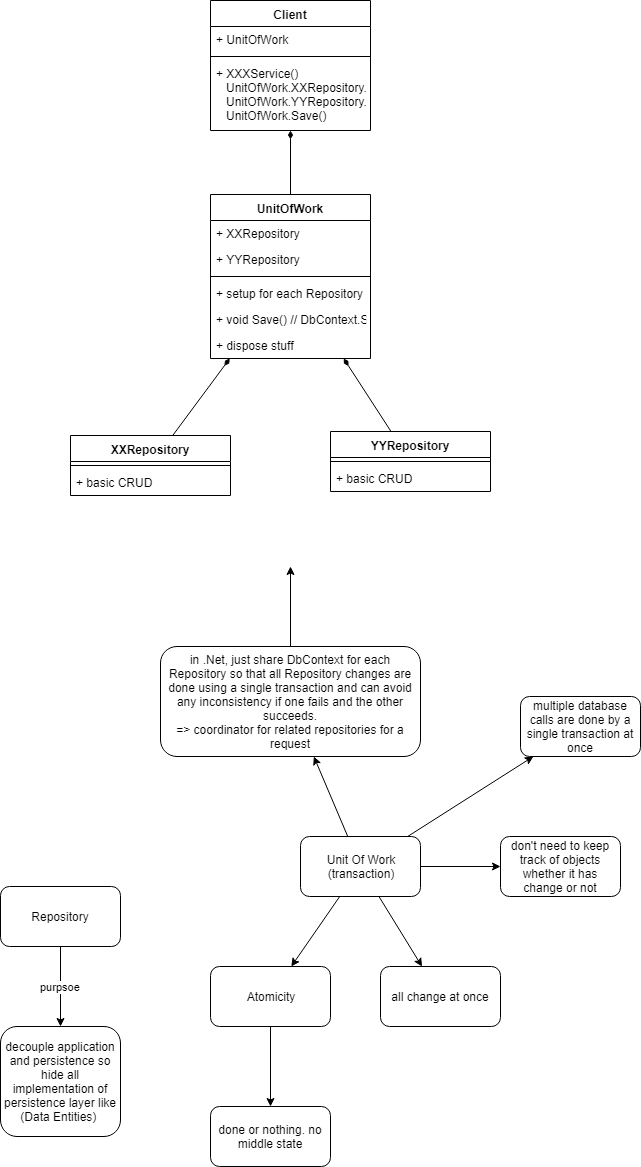
Earlier version of the draw.io export DDD_Repository_Overview.PNG (stsiwo/ddd_concept). Source tidied: cells renumbered, new cells last; positions are measured from the earlier drawing's top-left corner, leaving out a move shared by most shapes.
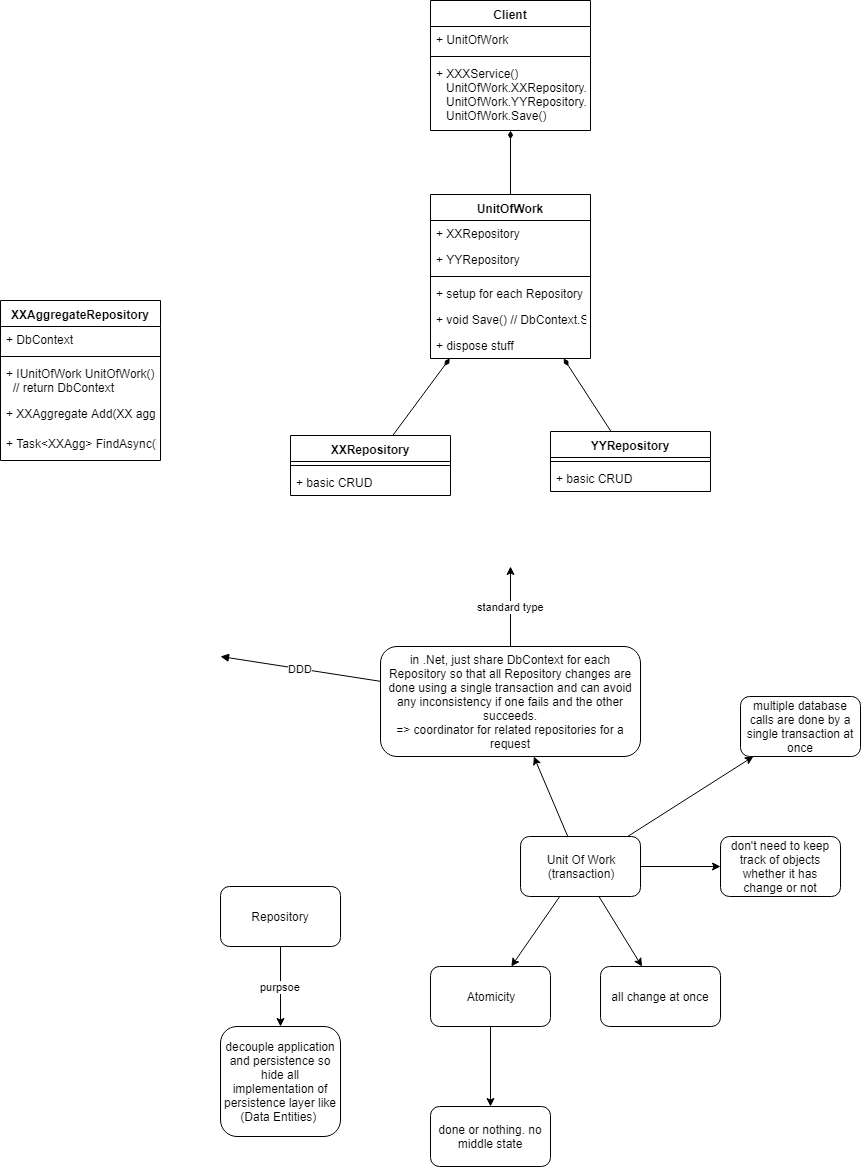
Above is the later version.

Change to the diagram source:
```diff
@@ -29,11 +29,16 @@
     <mxCell id="10" value="Unit Of Work&lt;br&gt;(transaction)" style="rounded=1;whiteSpace=wrap;html=1;" parent="1" vertex="1">
       <mxGeometry x="300" y="836" width="120" height="60" as="geometry" />
     </mxCell>
-    <mxCell id="11" style="edgeStyle=none;rounded=0;jettySize=auto;html=1;" parent="1" edge="1" source="12">
+    <mxCell id="11" value="standard type" style="edgeStyle=none;rounded=0;jettySize=auto;html=1;" parent="1" edge="1" source="12">
       <mxGeometry relative="1" as="geometry">
         <mxPoint x="290" y="566" as="targetPoint" />
       </mxGeometry>
     </mxCell>
+    <mxCell id="39" value="DDD" style="edgeStyle=none;rounded=0;jettySize=auto;html=1;startArrow=none;startFill=0;endArrow=block;endFill=1;" parent="1" edge="1" source="12">
+      <mxGeometry relative="1" as="geometry">
+        <mxPoint y="656" as="targetPoint" />
+      </mxGeometry>
+    </mxCell>
     <mxCell id="12" value="in .Net, just share DbContext for each Repository so that all Repository changes are done using a single transaction and can avoid any inconsistency if one fails and the other succeeds.&lt;br&gt;=&amp;gt; coordinator for related repositories for a request" style="rounded=1;whiteSpace=wrap;html=1;" parent="1" vertex="1">
       <mxGeometry x="160" y="646" width="260" height="110" as="geometry" />
     </mxCell>
@@ -115,5 +120,23 @@
     <mxCell id="38" value="+ basic CRUD" style="text;strokeColor=none;fillColor=none;align=left;verticalAlign=top;spacingLeft=4;spacingRight=4;overflow=hidden;" parent="36" vertex="1">
       <mxGeometry y="34" width="160" height="26" as="geometry" />
     </mxCell>
+    <mxCell id="40" value="XXAggregateRepository" style="swimlane;fontStyle=1;align=center;verticalAlign=top;horizontal=1;startSize=26;" parent="1" vertex="1">
+      <mxGeometry x="-220" y="300" width="160" height="160" as="geometry" />
+    </mxCell>
+    <mxCell id="41" value="+ DbContext" style="text;strokeColor=none;fillColor=none;align=left;verticalAlign=top;spacingLeft=4;spacingRight=4;overflow=hidden;" parent="40" vertex="1">
+      <mxGeometry y="26" width="160" height="26" as="geometry" />
+    </mxCell>
+    <mxCell id="42" style="line;strokeWidth=1;fillColor=none;align=left;verticalAlign=middle;spacingTop=-1;spacingLeft=3;spacingRight=3;labelPosition=right;" parent="40" vertex="1">
+      <mxGeometry y="52" width="160" height="8" as="geometry" />
+    </mxCell>
+    <mxCell id="43" value="+ IUnitOfWork UnitOfWork()&#10;  // return DbContext" style="text;strokeColor=none;fillColor=none;align=left;verticalAlign=top;spacingLeft=4;spacingRight=4;overflow=hidden;" parent="40" vertex="1">
+      <mxGeometry y="60" width="160" height="40" as="geometry" />
+    </mxCell>
+    <mxCell id="44" value="+ XXAggregate Add(XX agg)" style="text;strokeColor=none;fillColor=none;align=left;verticalAlign=top;spacingLeft=4;spacingRight=4;overflow=hidden;" parent="40" vertex="1">
+      <mxGeometry y="100" width="160" height="30" as="geometry" />
+    </mxCell>
+    <mxCell id="45" value="+ Task&lt;XXAgg&gt; FindAsync(id)" style="text;strokeColor=none;fillColor=none;align=left;verticalAlign=top;spacingLeft=4;spacingRight=4;overflow=hidden;" parent="40" vertex="1">
+      <mxGeometry y="130" width="160" height="30" as="geometry" />
+    </mxCell>
   </root>
 </mxGraphModel>
```
